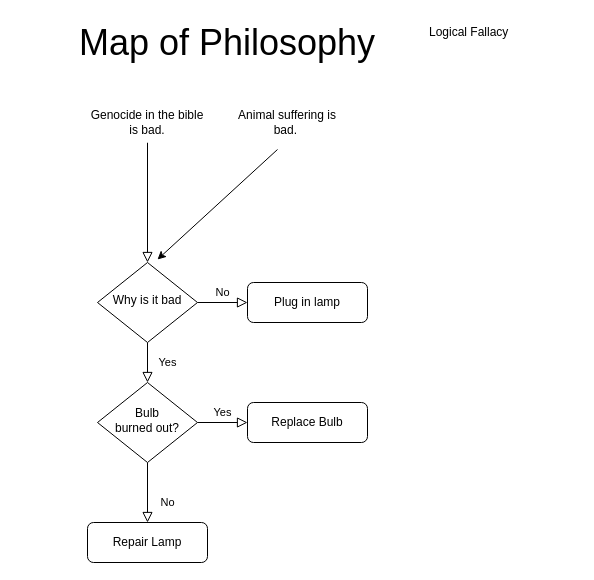
The draw.io diagram draw.io/Foundations of Morality.drawio in harryg02/Map-of-Philosophy, before the edit. Source tidied: cells renumbered, new cells numbered last; positions are measured from the earlier drawing's top-left corner, leaving out a move shared by most shapes. Both pictures are drawn from the tidied source at 100%, with x=0, y=0 at pixel (17, 17).
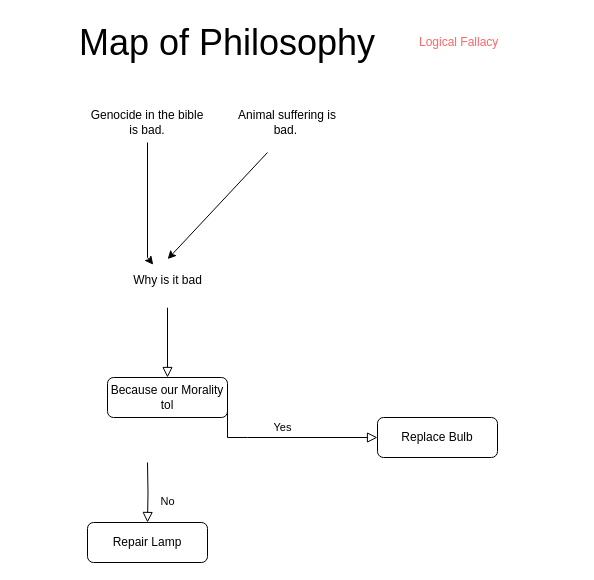
The same diagram, later.

Change to the diagram source:
```diff
@@
 <mxGraphModel>
   <root>
     <mxCell id="0" />
     <mxCell id="1" parent="0" />
-    <mxCell id="2" style="rounded=0;html=1;jettySize=auto;fontSize=11;endArrow=block;endFill=0;endSize=8;strokeWidth=1;shadow=0;labelBackgroundColor=none;edgeStyle=orthogonalEdgeStyle;exitX=0.5;exitY=1;exitDx=0;exitDy=0;" parent="1" edge="1" source="12" target="5">
-      <mxGeometry relative="1" as="geometry" />
-    </mxCell>
-    <mxCell id="3" value="Yes" style="rounded=0;html=1;jettySize=auto;fontSize=11;endArrow=block;endFill=0;endSize=8;strokeWidth=1;shadow=0;labelBackgroundColor=none;edgeStyle=orthogonalEdgeStyle;" parent="1" edge="1" source="5" target="9">
-      <mxGeometry y="20" relative="1" as="geometry" />
-    </mxCell>
-    <mxCell id="4" value="No" style="edgeStyle=orthogonalEdgeStyle;rounded=0;html=1;jettySize=auto;fontSize=11;endArrow=block;endFill=0;endSize=8;strokeWidth=1;shadow=0;labelBackgroundColor=none;" parent="1" edge="1" source="5" target="6">
+    <mxCell id="4" style="edgeStyle=orthogonalEdgeStyle;rounded=0;html=1;jettySize=auto;fontSize=11;endArrow=block;endFill=0;endSize=8;strokeWidth=1;shadow=0;labelBackgroundColor=none;" parent="1" edge="1" source="5" target="6">
       <mxGeometry y="10" relative="1" as="geometry" />
     </mxCell>
-    <mxCell id="5" value="Why is it bad" style="rhombus;whiteSpace=wrap;html=1;shadow=0;fontFamily=Helvetica;fontSize=12;align=center;strokeWidth=1;spacing=6;spacingTop=-4;" parent="1" vertex="1">
-      <mxGeometry x="80" y="245" width="100" height="80" as="geometry" />
+    <mxCell id="5" value="Why is it bad" style="rhombus;html=1;shadow=0;fontFamily=Helvetica;fontSize=12;align=center;strokeWidth=1;spacing=6;spacingTop=-4;strokeColor=none;" parent="1" vertex="1">
+      <mxGeometry x="100" y="240" width="100" height="50" as="geometry" />
     </mxCell>
-    <mxCell id="6" value="Plug in lamp" style="rounded=1;whiteSpace=wrap;html=1;fontSize=12;glass=0;strokeWidth=1;shadow=0;" parent="1" vertex="1">
-      <mxGeometry x="230" y="265" width="120" height="40" as="geometry" />
+    <mxCell id="6" value="Because our Morality&lt;div&gt;tol&lt;/div&gt;" style="rounded=1;whiteSpace=wrap;html=1;fontSize=12;glass=0;strokeWidth=1;shadow=0;" parent="1" vertex="1">
+      <mxGeometry x="90" y="360" width="120" height="40" as="geometry" />
     </mxCell>
-    <mxCell id="7" value="No" style="rounded=0;html=1;jettySize=auto;fontSize=11;endArrow=block;endFill=0;endSize=8;strokeWidth=1;shadow=0;labelBackgroundColor=none;edgeStyle=orthogonalEdgeStyle;" parent="1" edge="1" source="9" target="10">
-      <mxGeometry x="0.33" y="20" relative="1" as="geometry" />
+    <mxCell id="7" value="No" style="rounded=0;html=1;jettySize=auto;fontSize=11;endArrow=block;endFill=0;endSize=8;strokeWidth=1;shadow=0;labelBackgroundColor=none;edgeStyle=orthogonalEdgeStyle;" parent="1" edge="1" target="10">
+      <mxGeometry x="0.33" y="20" relative="1" as="geometry">
+        <mxPoint x="130" y="445" as="sourcePoint" />
+      </mxGeometry>
     </mxCell>
-    <mxCell id="8" value="Yes" style="edgeStyle=orthogonalEdgeStyle;rounded=0;html=1;jettySize=auto;fontSize=11;endArrow=block;endFill=0;endSize=8;strokeWidth=1;shadow=0;labelBackgroundColor=none;" parent="1" edge="1" source="9" target="11">
-      <mxGeometry y="10" relative="1" as="geometry" />
+    <mxCell id="8" value="Yes" style="edgeStyle=orthogonalEdgeStyle;rounded=0;html=1;jettySize=auto;fontSize=11;endArrow=block;endFill=0;endSize=8;strokeWidth=1;shadow=0;labelBackgroundColor=none;exitX=1;exitY=0.5;exitDx=0;exitDy=0;" parent="1" edge="1" source="6" target="11">
+      <mxGeometry y="10" relative="1" as="geometry">
+        <Array as="points">
+          <mxPoint x="230" y="420" />
+          <mxPoint x="230" y="420" />
+        </Array>
+      </mxGeometry>
     </mxCell>
-    <mxCell id="9" value="Bulb&lt;br&gt;burned out?" style="rhombus;whiteSpace=wrap;html=1;shadow=0;fontFamily=Helvetica;fontSize=12;align=center;strokeWidth=1;spacing=6;spacingTop=-4;" parent="1" vertex="1">
-      <mxGeometry x="80" y="365" width="100" height="80" as="geometry" />
-    </mxCell>
     <mxCell id="10" value="Repair Lamp" style="rounded=1;whiteSpace=wrap;html=1;fontSize=12;glass=0;strokeWidth=1;shadow=0;" parent="1" vertex="1">
       <mxGeometry x="70" y="505" width="120" height="40" as="geometry" />
     </mxCell>
     <mxCell id="11" value="Replace Bulb" style="rounded=1;whiteSpace=wrap;html=1;fontSize=12;glass=0;strokeWidth=1;shadow=0;" parent="1" vertex="1">
-      <mxGeometry x="230" y="385" width="120" height="40" as="geometry" />
+      <mxGeometry x="360" y="400" width="120" height="40" as="geometry" />
     </mxCell>
     <mxCell id="12" value="Genocide in the bible is bad." style="rounded=1;whiteSpace=wrap;html=1;fontSize=12;glass=0;strokeWidth=1;shadow=0;strokeColor=none;" parent="1" vertex="1">
       <mxGeometry x="70" y="85" width="120" height="40" as="geometry" />
     </mxCell>
     <mxCell id="13" value="Animal suffering is bad.&amp;nbsp;" style="rounded=1;whiteSpace=wrap;html=1;fontSize=12;glass=0;strokeWidth=1;shadow=0;strokeColor=none;" parent="1" vertex="1">
       <mxGeometry x="210" y="85" width="120" height="40" as="geometry" />
     </mxCell>
-    <mxCell id="14" style="endArrow=classic;html=1;rounded=0;" parent="1" edge="1">
+    <mxCell id="14" style="endArrow=classic;html=1;rounded=0;entryX=0.502;entryY=0.032;entryDx=0;entryDy=0;entryPerimeter=0;" parent="1" edge="1" target="5">
       <mxGeometry relative="1" as="geometry">
-        <mxPoint x="260" y="132" as="sourcePoint" />
-        <mxPoint x="140" y="242" as="targetPoint" />
+        <mxPoint x="250" y="135" as="sourcePoint" />
       </mxGeometry>
     </mxCell>
     <mxCell id="15" value="&lt;font style=&quot;font-size: 36px;&quot;&gt;Map of Philosophy&lt;/font&gt;" style="text;html=1;align=center;verticalAlign=middle;whiteSpace=wrap;rounded=0;" parent="1" vertex="1">
       <mxGeometry y="10" width="420" height="30" as="geometry" />
     </mxCell>
-    <mxCell id="16" value="Logical Fallacy" style="text;html=1;align=left;verticalAlign=middle;whiteSpace=wrap;rounded=0;" parent="1" vertex="1">
-      <mxGeometry x="410" width="150" height="30" as="geometry" />
+    <mxCell id="16" value="Logical Fallacy" style="text;html=1;align=left;verticalAlign=middle;whiteSpace=wrap;rounded=0;fontColor=#FF6666;" parent="1" vertex="1">
+      <mxGeometry x="400" y="10" width="150" height="30" as="geometry" />
     </mxCell>
+    <mxCell id="2" style="endArrow=classic;html=1;rounded=0;exitX=0.5;exitY=1;exitDx=0;exitDy=0;" parent="1" edge="1" source="12" target="5">
+      <mxGeometry relative="1" as="geometry">
+        <Array as="points">
+          <mxPoint x="130" y="240" />
+        </Array>
+      </mxGeometry>
+    </mxCell>
   </root>
 </mxGraphModel>
```
